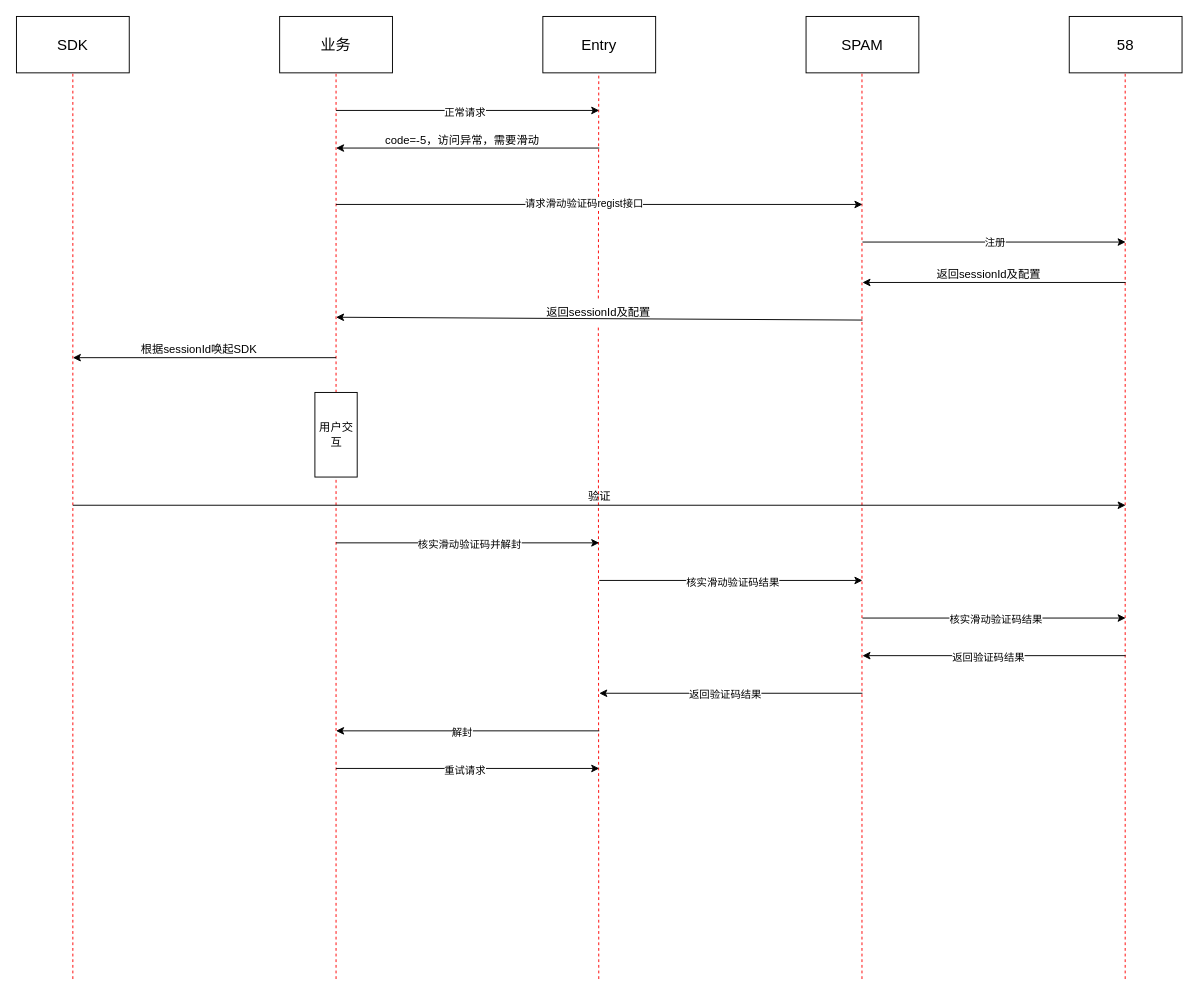
This is tech/entry/反爬滑动验证码.drawio from zhuanzhuan-tech/arch-draw-io, a draw.io file, before an edit. Source tidied: cells renumbered, new cells numbered last; positions are measured from the earlier drawing's top-left corner, leaving out a move shared by most shapes. Both pictures are drawn from the tidied source at 94%, with x=0, y=0 at pixel (16, 16).
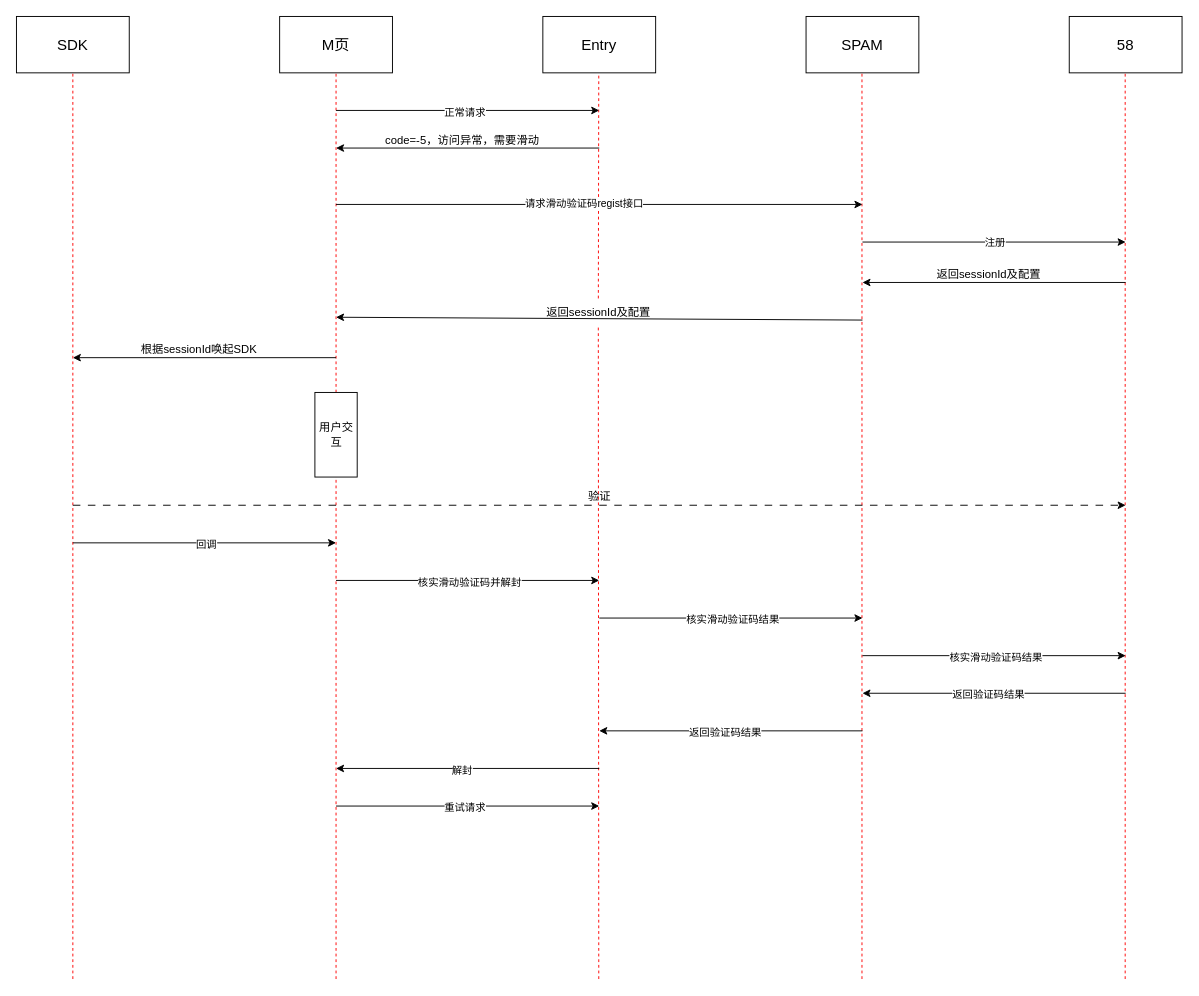
The same page after the edit.

Commit message:
更新反爬滑动验证码.drawio

Diff of the diagram source:
```diff
@@
-    <mxCell id="2" value="&lt;font style=&quot;font-size: 16px;&quot;&gt;业务&lt;/font&gt;" style="rounded=0;whiteSpace=wrap;html=1;" parent="1" vertex="1">
+    <mxCell id="2" value="&lt;font style=&quot;font-size: 16px;&quot;&gt;M页&lt;/font&gt;" style="rounded=0;whiteSpace=wrap;html=1;" parent="1" vertex="1">
       <mxGeometry x="280" width="120" height="60" as="geometry" />
     </mxCell>
@@
-    <mxCell id="28" style="endArrow=classic;html=1;rounded=0;" parent="1" edge="1">
+    <mxCell id="28" style="endArrow=classic;html=1;rounded=0;dashed=1;dashPattern=8 8;" parent="1" edge="1">
       <mxGeometry relative="1" as="geometry">
         <mxPoint x="60" y="520" as="sourcePoint" />
         <mxPoint x="1180" y="520" as="targetPoint" />
       </mxGeometry>
     </mxCell>
@@
     <mxCell id="30" style="endArrow=classic;html=1;rounded=0;" parent="1" edge="1">
       <mxGeometry relative="1" as="geometry">
-        <mxPoint x="340" y="560" as="sourcePoint" />
-        <mxPoint x="620" y="560" as="targetPoint" />
+        <mxPoint x="340" y="600" as="sourcePoint" />
+        <mxPoint x="620" y="600" as="targetPoint" />
       </mxGeometry>
     </mxCell>
@@
     <mxCell id="32" style="endArrow=classic;html=1;rounded=0;" parent="1" edge="1">
       <mxGeometry relative="1" as="geometry">
-        <mxPoint x="620" y="600" as="sourcePoint" />
-        <mxPoint x="900" y="600" as="targetPoint" />
+        <mxPoint x="620" y="640" as="sourcePoint" />
+        <mxPoint x="900" y="640" as="targetPoint" />
       </mxGeometry>
     </mxCell>
@@
     <mxCell id="34" style="endArrow=classic;html=1;rounded=0;" parent="1" edge="1">
       <mxGeometry relative="1" as="geometry">
-        <mxPoint x="900" y="640" as="sourcePoint" />
-        <mxPoint x="1180" y="640" as="targetPoint" />
+        <mxPoint x="900" y="680" as="sourcePoint" />
+        <mxPoint x="1180" y="680" as="targetPoint" />
       </mxGeometry>
     </mxCell>
@@
     <mxCell id="36" style="endArrow=classic;html=1;rounded=0;" parent="1" edge="1">
       <mxGeometry relative="1" as="geometry">
-        <mxPoint x="1180" y="680" as="sourcePoint" />
-        <mxPoint x="900" y="680" as="targetPoint" />
+        <mxPoint x="1180" y="720" as="sourcePoint" />
+        <mxPoint x="900" y="720" as="targetPoint" />
       </mxGeometry>
     </mxCell>
@@
     <mxCell id="38" style="endArrow=classic;html=1;rounded=0;" parent="1" edge="1">
       <mxGeometry relative="1" as="geometry">
-        <mxPoint x="900" y="720" as="sourcePoint" />
-        <mxPoint x="620" y="720" as="targetPoint" />
+        <mxPoint x="900" y="760" as="sourcePoint" />
+        <mxPoint x="620" y="760" as="targetPoint" />
       </mxGeometry>
     </mxCell>
@@
     <mxCell id="40" style="endArrow=classic;html=1;rounded=0;" parent="1" edge="1">
       <mxGeometry relative="1" as="geometry">
-        <mxPoint x="620" y="760" as="sourcePoint" />
-        <mxPoint x="340" y="760" as="targetPoint" />
+        <mxPoint x="620" y="800" as="sourcePoint" />
+        <mxPoint x="340" y="800" as="targetPoint" />
       </mxGeometry>
     </mxCell>
@@
     <mxCell id="42" style="endArrow=classic;html=1;rounded=0;" parent="1" edge="1">
       <mxGeometry relative="1" as="geometry">
-        <mxPoint x="340" y="800" as="sourcePoint" />
-        <mxPoint x="620" y="800" as="targetPoint" />
+        <mxPoint x="340" y="840" as="sourcePoint" />
+        <mxPoint x="620" y="840" as="targetPoint" />
       </mxGeometry>
     </mxCell>
@@
+    <mxCell id="44" style="endArrow=classic;html=1;rounded=0;" parent="1" edge="1">
+      <mxGeometry relative="1" as="geometry">
+        <mxPoint x="60" y="560" as="sourcePoint" />
+        <mxPoint x="340" y="560" as="targetPoint" />
+      </mxGeometry>
+    </mxCell>
+    <mxCell id="45" value="回调" style="edgeLabel;html=1;align=center;verticalAlign=middle;" parent="44" vertex="1">
+      <mxGeometry x="-0.21" y="-1" relative="1" as="geometry">
+        <mxPoint x="30" as="offset" />
+      </mxGeometry>
+    </mxCell>
```
